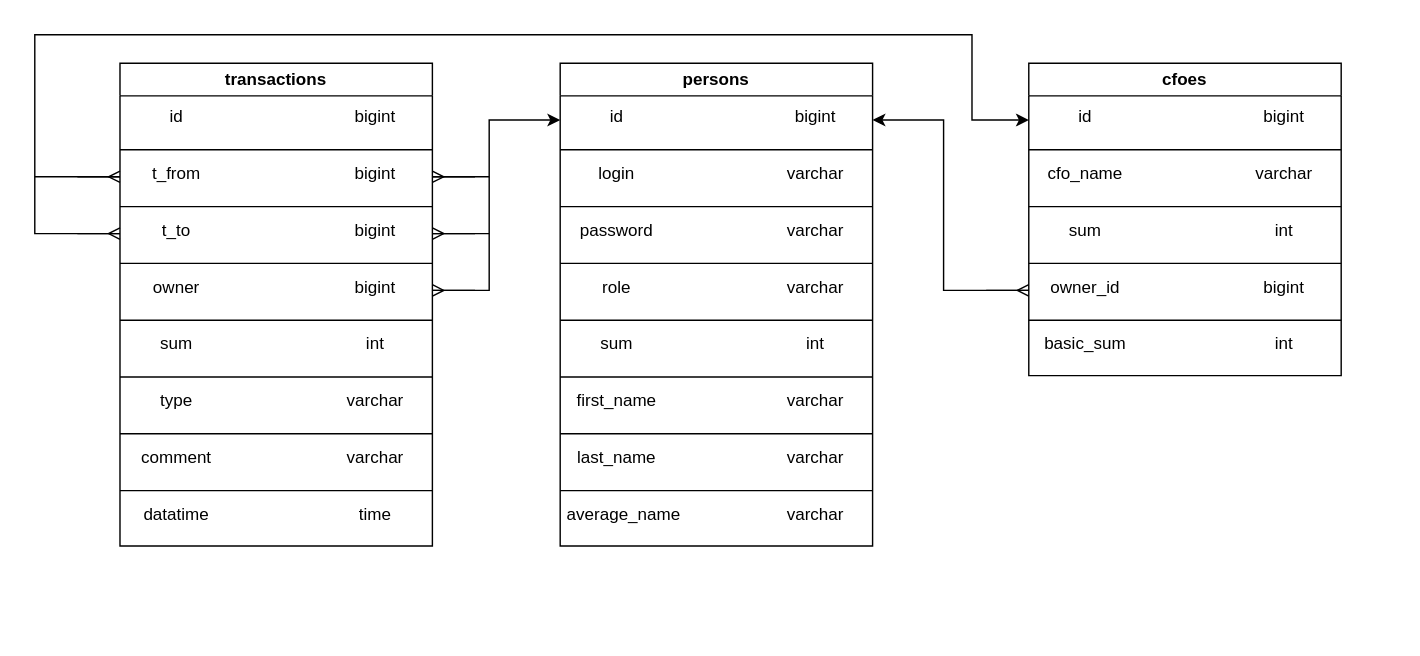
Earlier version of the draw.io diagram Backend/пример таблиц для БД/Схемама бд.drawio (VeronaPl/Debut_T1_Team8). Source tidied: cells renumbered, new cells numbered last; positions are measured from the earlier drawing's top-left corner, leaving out a move shared by most shapes. Both pictures are drawn from the tidied source at 142%, with x=0, y=0 at pixel (6, 34).
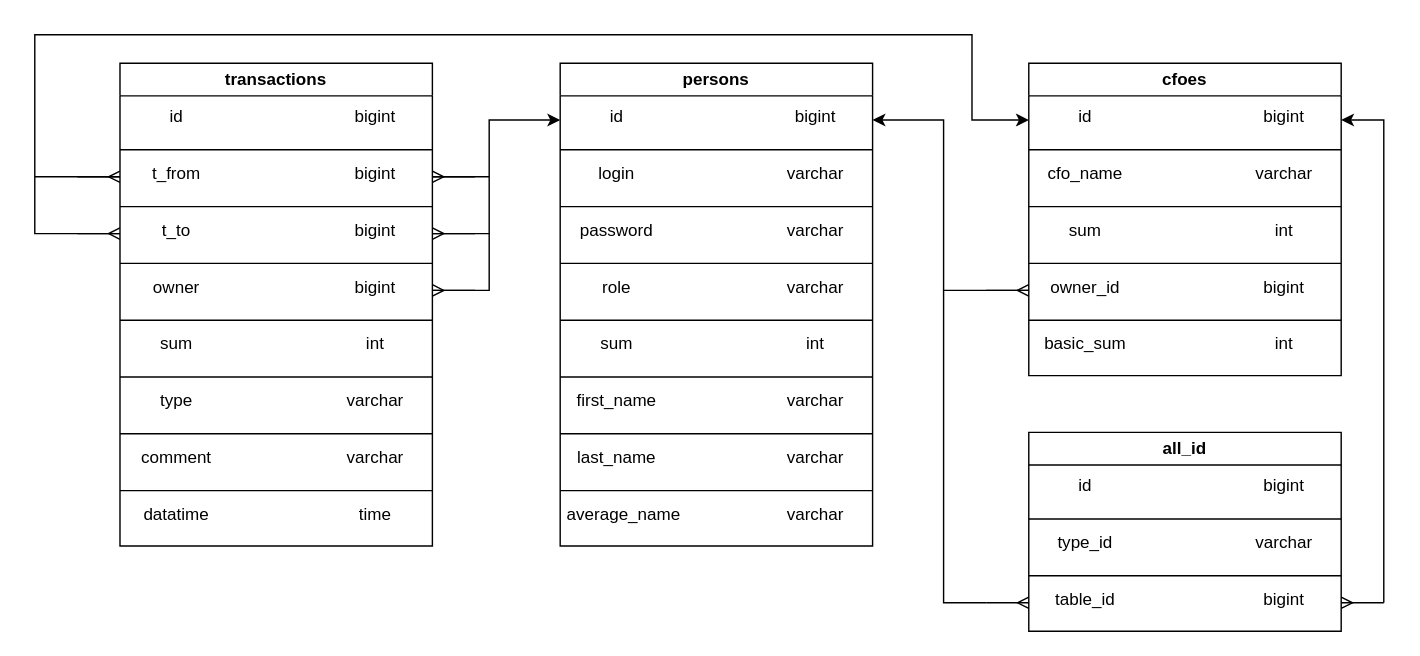
The same page after the edit.

What changed in the source:
```diff
@@
+    <mxCell id="77" value="all_id" style="swimlane;whiteSpace=wrap;html=1;" parent="1" vertex="1">
+      <mxGeometry x="720" y="280" width="220" height="140" as="geometry" />
+    </mxCell>
+    <mxCell id="78" value="bigint&lt;div&gt;&lt;br/&gt;&lt;/div&gt;" style="text;html=1;align=center;verticalAlign=middle;whiteSpace=wrap;rounded=0;" parent="77" vertex="1">
+      <mxGeometry x="150" y="30" width="60" height="30" as="geometry" />
+    </mxCell>
+    <mxCell id="79" value="id&lt;div&gt;&lt;br&gt;&lt;/div&gt;" style="text;html=1;align=center;verticalAlign=middle;whiteSpace=wrap;rounded=0;" parent="77" vertex="1">
+      <mxGeometry x="10" y="30" width="60" height="30" as="geometry" />
+    </mxCell>
+    <mxCell id="80" value="type_id&lt;br&gt;&lt;div&gt;&lt;br&gt;&lt;/div&gt;" style="text;html=1;align=center;verticalAlign=middle;whiteSpace=wrap;rounded=0;" parent="77" vertex="1">
+      <mxGeometry x="10" y="70" width="60" height="30" as="geometry" />
+    </mxCell>
+    <mxCell id="81" style="endArrow=none;html=1;rounded=0;" parent="77" edge="1">
+      <mxGeometry relative="1" as="geometry">
+        <mxPoint y="101" as="sourcePoint" />
+        <mxPoint x="220" y="101" as="targetPoint" />
+      </mxGeometry>
+    </mxCell>
+    <mxCell id="82" value="table_id&lt;br&gt;&lt;div&gt;&lt;br&gt;&lt;/div&gt;" style="text;html=1;align=center;verticalAlign=middle;whiteSpace=wrap;rounded=0;" parent="77" vertex="1">
+      <mxGeometry x="10" y="110" width="60" height="30" as="geometry" />
+    </mxCell>
+    <mxCell id="83" value="varchar&lt;br&gt;&lt;div&gt;&lt;br&gt;&lt;/div&gt;" style="text;html=1;align=center;verticalAlign=middle;whiteSpace=wrap;rounded=0;" parent="77" vertex="1">
+      <mxGeometry x="150" y="70" width="60" height="30" as="geometry" />
+    </mxCell>
+    <mxCell id="84" value="bigint&lt;div&gt;&lt;br/&gt;&lt;/div&gt;" style="text;html=1;align=center;verticalAlign=middle;whiteSpace=wrap;rounded=0;" parent="77" vertex="1">
+      <mxGeometry x="150" y="110" width="60" height="30" as="geometry" />
+    </mxCell>
+    <mxCell id="85" style="endArrow=none;html=1;rounded=0;" parent="1" edge="1">
+      <mxGeometry relative="1" as="geometry">
+        <mxPoint x="720" y="341" as="sourcePoint" />
+        <mxPoint x="940" y="341" as="targetPoint" />
+      </mxGeometry>
+    </mxCell>
+    <mxCell id="86" style="edgeStyle=entityRelationEdgeStyle;fontSize=12;html=1;endArrow=ERmany;rounded=0;" parent="1" edge="1">
+      <mxGeometry relative="1" as="geometry">
+        <mxPoint x="690" y="400" as="sourcePoint" />
+        <mxPoint x="720" y="400" as="targetPoint" />
+        <Array as="points">
+          <mxPoint x="640" y="490" />
+          <mxPoint x="670" y="400" />
+        </Array>
+      </mxGeometry>
+    </mxCell>
+    <mxCell id="87" style="endArrow=none;html=1;rounded=0;" parent="1" edge="1">
+      <mxGeometry relative="1" as="geometry">
+        <mxPoint x="690" y="400" as="sourcePoint" />
+        <mxPoint x="660" y="180" as="targetPoint" />
+        <Array as="points">
+          <mxPoint x="660" y="400" />
+        </Array>
+      </mxGeometry>
+    </mxCell>
+    <mxCell id="88" style="edgeStyle=entityRelationEdgeStyle;fontSize=12;html=1;endArrow=none;rounded=0;startArrow=ERmany;startFill=0;endFill=0;" parent="1" edge="1">
+      <mxGeometry relative="1" as="geometry">
+        <mxPoint x="940" y="400" as="sourcePoint" />
+        <mxPoint x="970" y="400" as="targetPoint" />
+        <Array as="points">
+          <mxPoint x="1010" y="350" />
+          <mxPoint x="1060" y="310" />
+          <mxPoint x="870" y="350" />
+        </Array>
+      </mxGeometry>
+    </mxCell>
+    <mxCell id="89" style="endArrow=classic;html=1;rounded=0;" parent="1" edge="1">
+      <mxGeometry relative="1" as="geometry">
+        <mxPoint x="970" y="400" as="sourcePoint" />
+        <mxPoint x="940" y="60" as="targetPoint" />
+        <Array as="points">
+          <mxPoint x="970" y="60" />
+        </Array>
+      </mxGeometry>
+    </mxCell>
```
